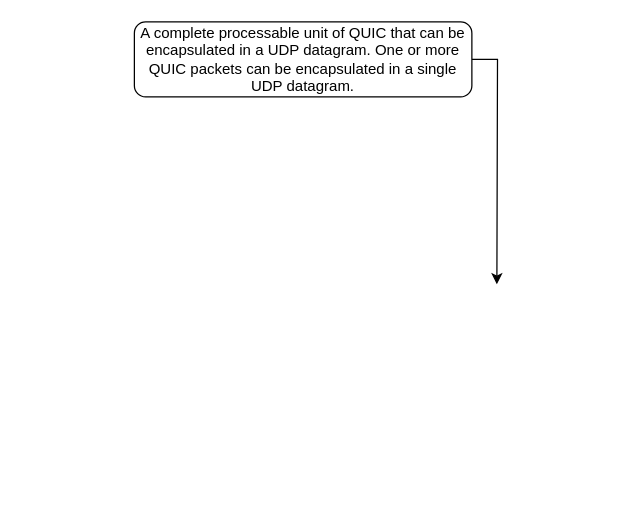
The draw.io diagram page "Packet" (2 of 2) of quic.drawio in lmmqxyx404/Learning_Note, before the edit. Source tidied: cells renumbered, new cells numbered last; positions are measured from the earlier drawing's top-left corner, leaving out a move shared by most shapes. Both pictures are drawn from the tidied source at 125%, with x=0, y=0 at pixel (134, 21).
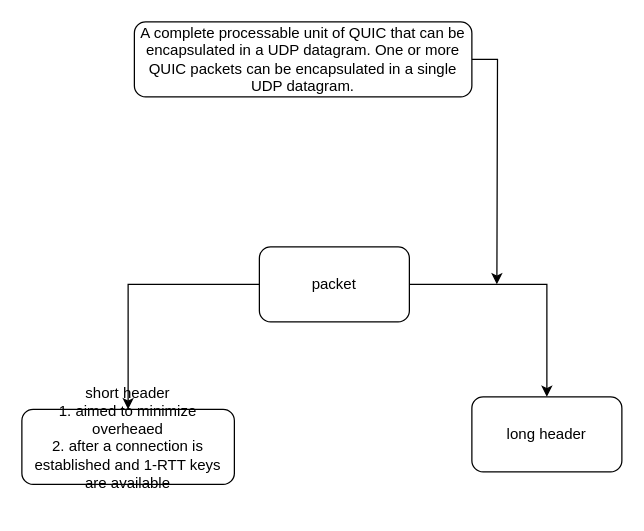
After the change.

The edit, as a diff of the source:
```diff
@@
 <mxGraphModel>
   <root>
     <mxCell id="0" />
     <mxCell id="1" parent="0" />
     <mxCell id="2" style="edgeStyle=orthogonalEdgeStyle;rounded=0;jettySize=auto;html=1;exitX=1;exitY=0.5;exitDx=0;exitDy=0;" parent="1" edge="1" source="3">
       <mxGeometry relative="1" as="geometry">
         <mxPoint x="290" y="210" as="targetPoint" />
       </mxGeometry>
     </mxCell>
     <mxCell id="3" value="A complete processable unit of QUIC that can be encapsulated in a UDP datagram. One or more QUIC packets can be encapsulated in a single UDP datagram." style="rounded=1;whiteSpace=wrap;html=1;" parent="1" vertex="1">
       <mxGeometry width="270" height="60" as="geometry" />
     </mxCell>
+    <mxCell id="4" style="edgeStyle=orthogonalEdgeStyle;rounded=0;jettySize=auto;html=1;" parent="1" edge="1" source="6" target="7">
+      <mxGeometry relative="1" as="geometry" />
+    </mxCell>
+    <mxCell id="5" style="edgeStyle=orthogonalEdgeStyle;rounded=0;jettySize=auto;html=1;" parent="1" edge="1" source="6" target="8">
+      <mxGeometry relative="1" as="geometry" />
+    </mxCell>
+    <mxCell id="6" value="packet" style="rounded=1;whiteSpace=wrap;html=1;" parent="1" vertex="1">
+      <mxGeometry x="100" y="180" width="120" height="60" as="geometry" />
+    </mxCell>
+    <mxCell id="7" value="short header&lt;br&gt;1. aimed to minimize overheaed&lt;br&gt;2.&amp;nbsp;after a connection is established and 1-RTT keys are available&lt;br&gt;&amp;nbsp;" style="whiteSpace=wrap;html=1;rounded=1;" parent="1" vertex="1">
+      <mxGeometry x="-90" y="310" width="170" height="60" as="geometry" />
+    </mxCell>
+    <mxCell id="8" value="long header" style="whiteSpace=wrap;html=1;rounded=1;" parent="1" vertex="1">
+      <mxGeometry x="270" y="300" width="120" height="60" as="geometry" />
+    </mxCell>
   </root>
 </mxGraphModel>
```
